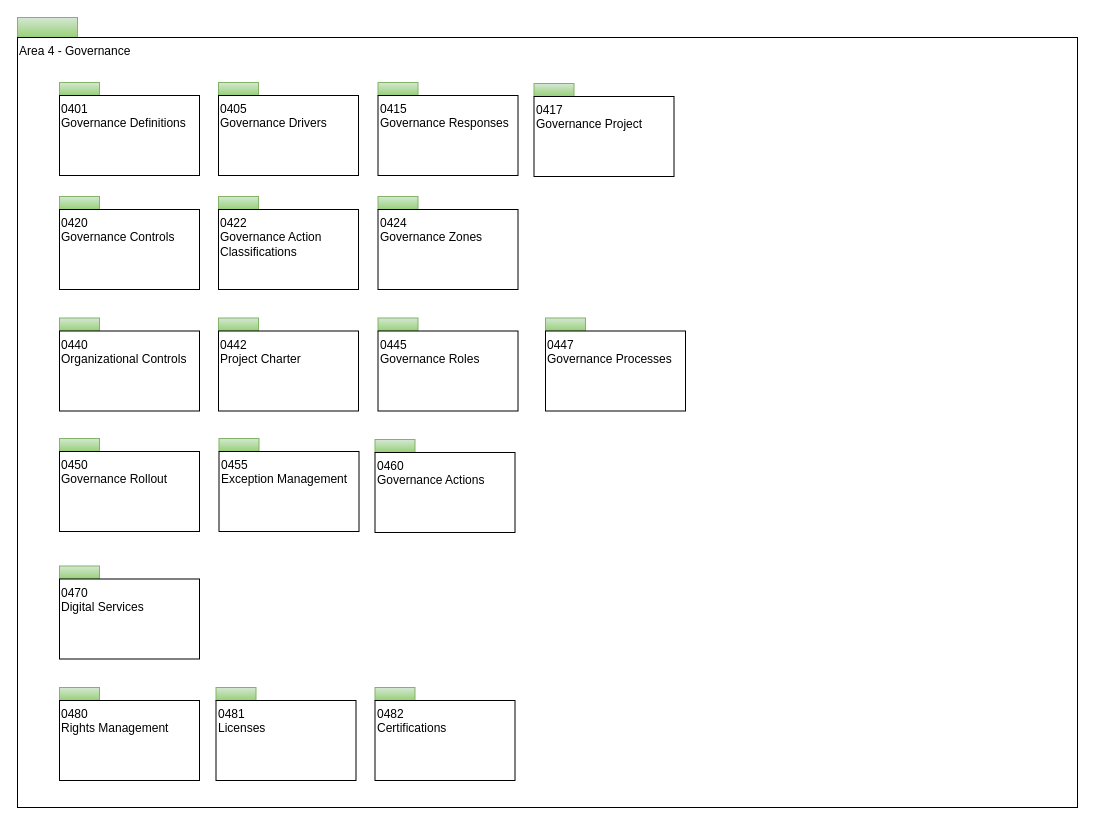
Earlier version of the draw.io diagram page "area-4-governance-overview" (1 of 4) of open-metadata-publication/website/open-metadata-types/area-4-governance.drawio (planetf1/egeria). Source tidied: cells renumbered, new cells numbered last; positions are measured from the earlier drawing's top-left corner, leaving out a move shared by most shapes. Both pictures are drawn from the tidied source at 100%, with x=0, y=0 at pixel (17, 17).
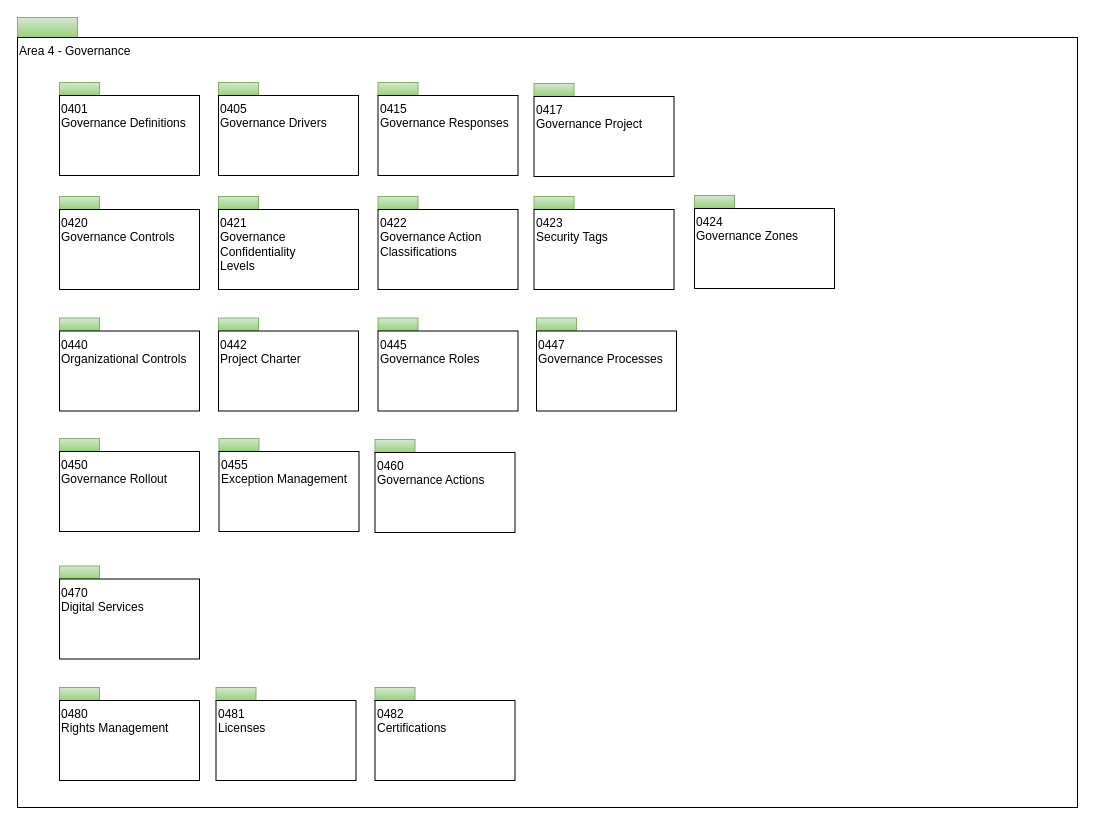
The same diagram, later.

Change to the diagram source:
```diff
@@
-    <mxCell id="15" value="0422&lt;br&gt;Governance Action&lt;br&gt;Classifications&lt;br&gt;" style="rounded=0;whiteSpace=wrap;html=1;align=left;verticalAlign=top;" parent="1" vertex="1">
+    <mxCell id="15" value="0421&lt;br&gt;Governance Confidentiality&lt;br&gt;Levels&lt;br&gt;" style="rounded=0;whiteSpace=wrap;html=1;align=left;verticalAlign=top;" parent="1" vertex="1">
       <mxGeometry x="201" y="192" width="140" height="80" as="geometry" />
     </mxCell>
     <mxCell id="16" style="rounded=0;whiteSpace=wrap;html=1;align=left;fillColor=#d5e8d4;strokeColor=#82b366;gradientColor=#97d077;" parent="1" vertex="1">
-      <mxGeometry x="360.5" y="179" width="40" height="13" as="geometry" />
+      <mxGeometry x="516.5" y="179" width="40" height="13" as="geometry" />
     </mxCell>
-    <mxCell id="17" value="0424&lt;br&gt;Governance Zones&lt;br&gt;" style="rounded=0;whiteSpace=wrap;html=1;align=left;verticalAlign=top;" parent="1" vertex="1">
-      <mxGeometry x="360.5" y="192" width="140" height="80" as="geometry" />
+    <mxCell id="17" value="0423&lt;br&gt;Security Tags&lt;br&gt;" style="rounded=0;whiteSpace=wrap;html=1;align=left;verticalAlign=top;" parent="1" vertex="1">
+      <mxGeometry x="516.5" y="192" width="140" height="80" as="geometry" />
     </mxCell>
@@
     <mxCell id="34" style="rounded=0;whiteSpace=wrap;html=1;align=left;fillColor=#d5e8d4;strokeColor=#82b366;gradientColor=#97d077;" parent="1" vertex="1">
-      <mxGeometry x="528" y="300.5" width="40" height="13" as="geometry" />
+      <mxGeometry x="519" y="300.5" width="40" height="13" as="geometry" />
     </mxCell>
     <mxCell id="35" value="0447&lt;br&gt;Governance Processes&lt;br&gt;" style="rounded=0;whiteSpace=wrap;html=1;align=left;verticalAlign=top;" parent="1" vertex="1">
-      <mxGeometry x="528" y="313.5" width="140" height="80" as="geometry" />
+      <mxGeometry x="519" y="313.5" width="140" height="80" as="geometry" />
     </mxCell>
@@
+    <mxCell id="40" style="rounded=0;whiteSpace=wrap;html=1;align=left;fillColor=#d5e8d4;strokeColor=#82b366;gradientColor=#97d077;" parent="1" vertex="1">
+      <mxGeometry x="360.5" y="179" width="40" height="13" as="geometry" />
+    </mxCell>
+    <mxCell id="41" value="0422&lt;br&gt;Governance Action&lt;br&gt;Classifications&lt;br&gt;" style="rounded=0;whiteSpace=wrap;html=1;align=left;verticalAlign=top;" parent="1" vertex="1">
+      <mxGeometry x="360.5" y="192" width="140" height="80" as="geometry" />
+    </mxCell>
+    <mxCell id="42" style="rounded=0;whiteSpace=wrap;html=1;align=left;fillColor=#d5e8d4;strokeColor=#82b366;gradientColor=#97d077;" parent="1" vertex="1">
+      <mxGeometry x="677" y="178" width="40" height="13" as="geometry" />
+    </mxCell>
+    <mxCell id="43" value="0424&lt;br&gt;Governance Zones&lt;br&gt;" style="rounded=0;whiteSpace=wrap;html=1;align=left;verticalAlign=top;" parent="1" vertex="1">
+      <mxGeometry x="677" y="191" width="140" height="80" as="geometry" />
+    </mxCell>
```
